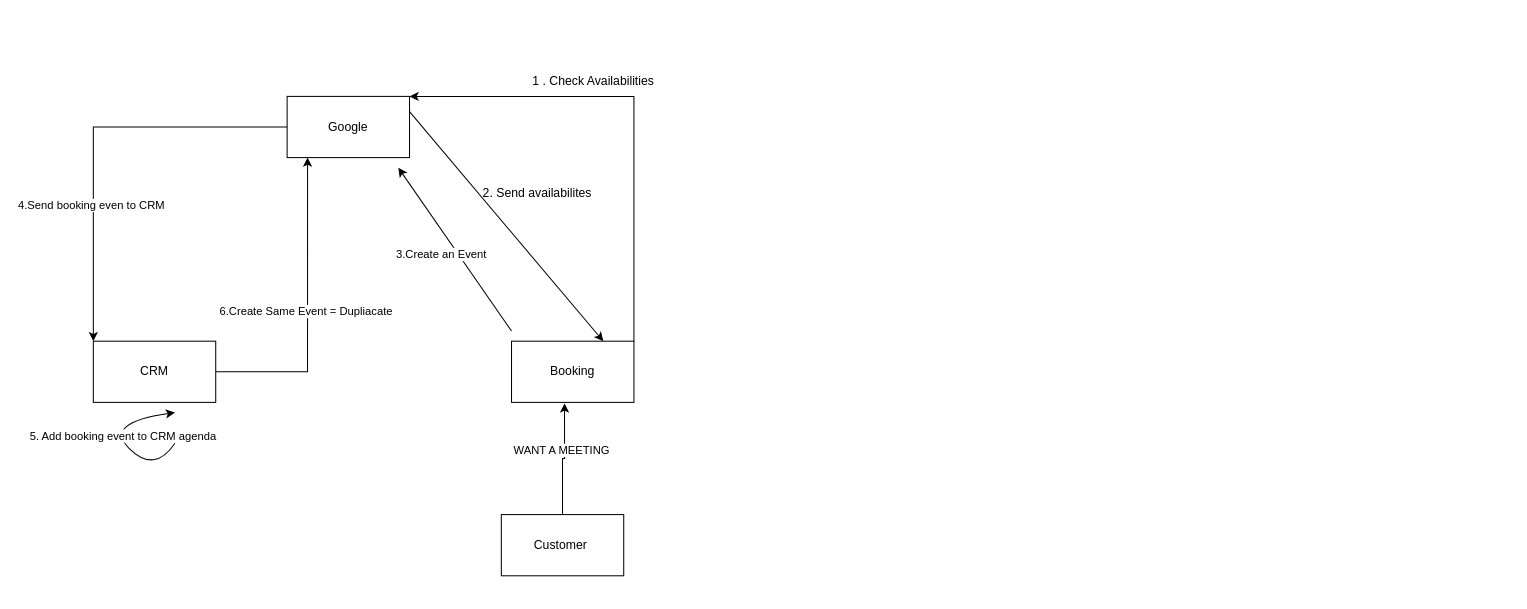
Before: beka.drawio in Bastien64/Draw.io, a draw.io diagram. Source tidied: cells renumbered, new cells numbered last; positions are measured from the earlier drawing's top-left corner, leaving out a move shared by most shapes. Both pictures are drawn from the tidied source at 102%, with x=0, y=0 at pixel (93, 65).
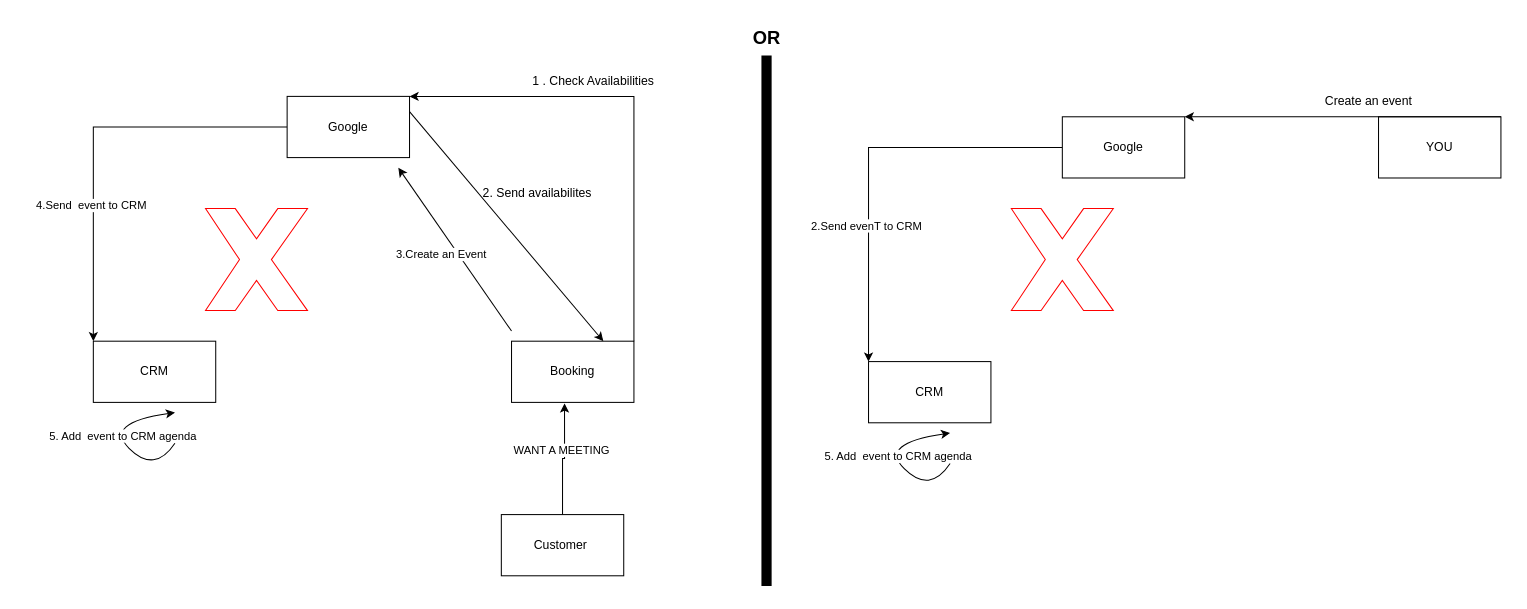
The same page after the edit.

Commit message (it also covers changes not shown here):
Mettre à jour beka.drawio

The change refers to these unchanged cells:
```xml
<mxCell id="2" value="CRM" style="rounded=0;whiteSpace=wrap;html=1;" parent="1" vertex="1">
  <mxGeometry y="270" width="120" height="60" as="geometry" />
</mxCell>
<mxCell id="3" style="edgeStyle=orthogonalEdgeStyle;rounded=0;jettySize=auto;html=1;entryX=0;entryY=0;entryDx=0;entryDy=0;" parent="1" edge="1" source="5" target="2">
  <mxGeometry relative="1" as="geometry" />
</mxCell>
<mxCell id="5" value="Google" style="rounded=0;whiteSpace=wrap;html=1;" parent="1" vertex="1">
  <mxGeometry x="190" y="30" width="120" height="60" as="geometry" />
</mxCell>
<mxCell id="13" style="curved=1;endArrow=classic;html=1;rounded=0;" parent="1" edge="1">
  <mxGeometry relative="1" as="geometry">
    <mxPoint x="80" y="370" as="sourcePoint" />
    <mxPoint x="80" y="340" as="targetPoint" />
    <Array as="points">
      <mxPoint x="60" y="400" />
      <mxPoint x="10" y="350" />
    </Array>
  </mxGeometry>
</mxCell>
```

Change to the diagram source:
```diff
@@
-    <mxCell id="4" value="4.Send booking even to CRM" style="edgeLabel;html=1;align=center;verticalAlign=middle;" parent="3" vertex="1">
+    <mxCell id="4" value="4.Send&amp;nbsp; event to CRM" style="edgeLabel;html=1;align=center;verticalAlign=middle;" parent="3" vertex="1">
       <mxGeometry x="0.33" y="-3" relative="1" as="geometry" />
     </mxCell>
@@
-    <mxCell id="14" value="5. Add booking event to CRM agenda" style="edgeLabel;html=1;align=center;verticalAlign=middle;" parent="13" vertex="1">
+    <mxCell id="14" value="5. Add&amp;nbsp; event to CRM agenda" style="edgeLabel;html=1;align=center;verticalAlign=middle;" parent="13" vertex="1">
       <mxGeometry x="-0.04" y="-4" relative="1" as="geometry" />
     </mxCell>
-    <mxCell id="15" style="edgeStyle=orthogonalEdgeStyle;rounded=0;jettySize=auto;html=1;entryX=0.167;entryY=1;entryDx=0;entryDy=0;entryPerimeter=0;" parent="1" edge="1" source="2" target="5">
-      <mxGeometry relative="1" as="geometry" />
-    </mxCell>
-    <mxCell id="16" value="6.Create Same Event = Dupliacate&amp;nbsp;" style="edgeLabel;html=1;align=center;verticalAlign=middle;" parent="15" vertex="1">
-      <mxGeometry x="-0.01" y="1" relative="1" as="geometry" />
-    </mxCell>
@@
+    <mxCell id="20" value="CRM" style="rounded=0;whiteSpace=wrap;html=1;" parent="1" vertex="1">
+      <mxGeometry x="760" y="290" width="120" height="60" as="geometry" />
+    </mxCell>
+    <mxCell id="21" style="edgeStyle=orthogonalEdgeStyle;rounded=0;jettySize=auto;html=1;entryX=0;entryY=0;entryDx=0;entryDy=0;" parent="1" edge="1" source="23" target="20">
+      <mxGeometry relative="1" as="geometry" />
+    </mxCell>
+    <mxCell id="22" value="2.Send evenT to CRM" style="edgeLabel;html=1;align=center;verticalAlign=middle;" parent="21" vertex="1">
+      <mxGeometry x="0.33" y="-3" relative="1" as="geometry" />
+    </mxCell>
+    <mxCell id="23" value="Google" style="rounded=0;whiteSpace=wrap;html=1;" parent="1" vertex="1">
+      <mxGeometry x="950" y="50" width="120" height="60" as="geometry" />
+    </mxCell>
+    <mxCell id="24" value="YOU" style="rounded=0;whiteSpace=wrap;html=1;" parent="1" vertex="1">
+      <mxGeometry x="1260" y="50" width="120" height="60" as="geometry" />
+    </mxCell>
+    <mxCell id="25" style="endArrow=classic;html=1;rounded=0;exitX=1;exitY=0;exitDx=0;exitDy=0;entryX=1;entryY=0;entryDx=0;entryDy=0;" parent="1" edge="1" source="24" target="23">
+      <mxGeometry relative="1" as="geometry">
+        <Array as="points">
+          <mxPoint x="1290" y="50" />
+        </Array>
+      </mxGeometry>
+    </mxCell>
+    <mxCell id="26" value="Create an event" style="text;html=1;align=center;verticalAlign=middle;strokeColor=none;fillColor=none;" parent="1" vertex="1">
+      <mxGeometry x="1195" y="20" width="110" height="30" as="geometry" />
+    </mxCell>
+    <mxCell id="27" style="curved=1;endArrow=classic;html=1;rounded=0;" parent="1" edge="1">
+      <mxGeometry relative="1" as="geometry">
+        <mxPoint x="840" y="390" as="sourcePoint" />
+        <mxPoint x="840" y="360" as="targetPoint" />
+        <Array as="points">
+          <mxPoint x="820" y="420" />
+          <mxPoint x="770" y="370" />
+        </Array>
+      </mxGeometry>
+    </mxCell>
+    <mxCell id="28" value="5. Add&amp;nbsp; event to CRM agenda" style="edgeLabel;html=1;align=center;verticalAlign=middle;" parent="27" vertex="1">
+      <mxGeometry x="-0.04" y="-4" relative="1" as="geometry" />
+    </mxCell>
+    <mxCell id="29" style="endArrow=none;html=1;rounded=0;strokeWidth=10;" parent="1" edge="1">
+      <mxGeometry relative="1" as="geometry">
+        <mxPoint x="660" y="510" as="sourcePoint" />
+        <mxPoint x="660" y="-10" as="targetPoint" />
+      </mxGeometry>
+    </mxCell>
+    <mxCell id="30" value="&lt;b&gt;&lt;font style=&quot;font-size: 18px;&quot;&gt;OR&lt;/font&gt;&lt;/b&gt;" style="text;html=1;align=center;verticalAlign=middle;strokeColor=none;fillColor=none;" parent="1" vertex="1">
+      <mxGeometry x="635" y="-47" width="50" height="40" as="geometry" />
+    </mxCell>
+    <mxCell id="31" style="verticalLabelPosition=bottom;verticalAlign=top;html=1;shape=mxgraph.basic.x;strokeColor=#FF0000;" parent="1" vertex="1">
+      <mxGeometry x="110" y="140" width="100" height="100" as="geometry" />
+    </mxCell>
+    <mxCell id="32" style="verticalLabelPosition=bottom;verticalAlign=top;html=1;shape=mxgraph.basic.x;strokeColor=#FF0000;" parent="1" vertex="1">
+      <mxGeometry x="900" y="140" width="100" height="100" as="geometry" />
+    </mxCell>
```
